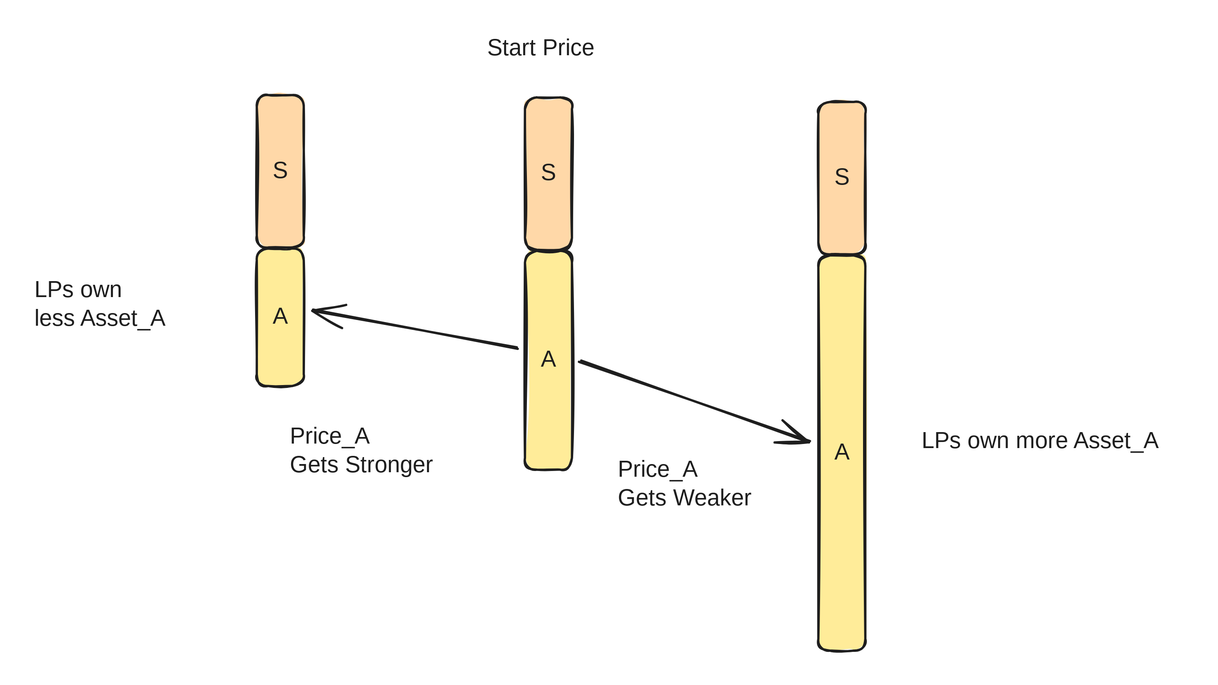
Above: .gitbook/assets/file.excalidraw (16).svg in decaswap-labs/docs (Excalidraw), before the change. Source tidied: one line per element, renumbered; positions are measured from the earlier drawing's top-left corner, leaving out a move shared by most shapes.
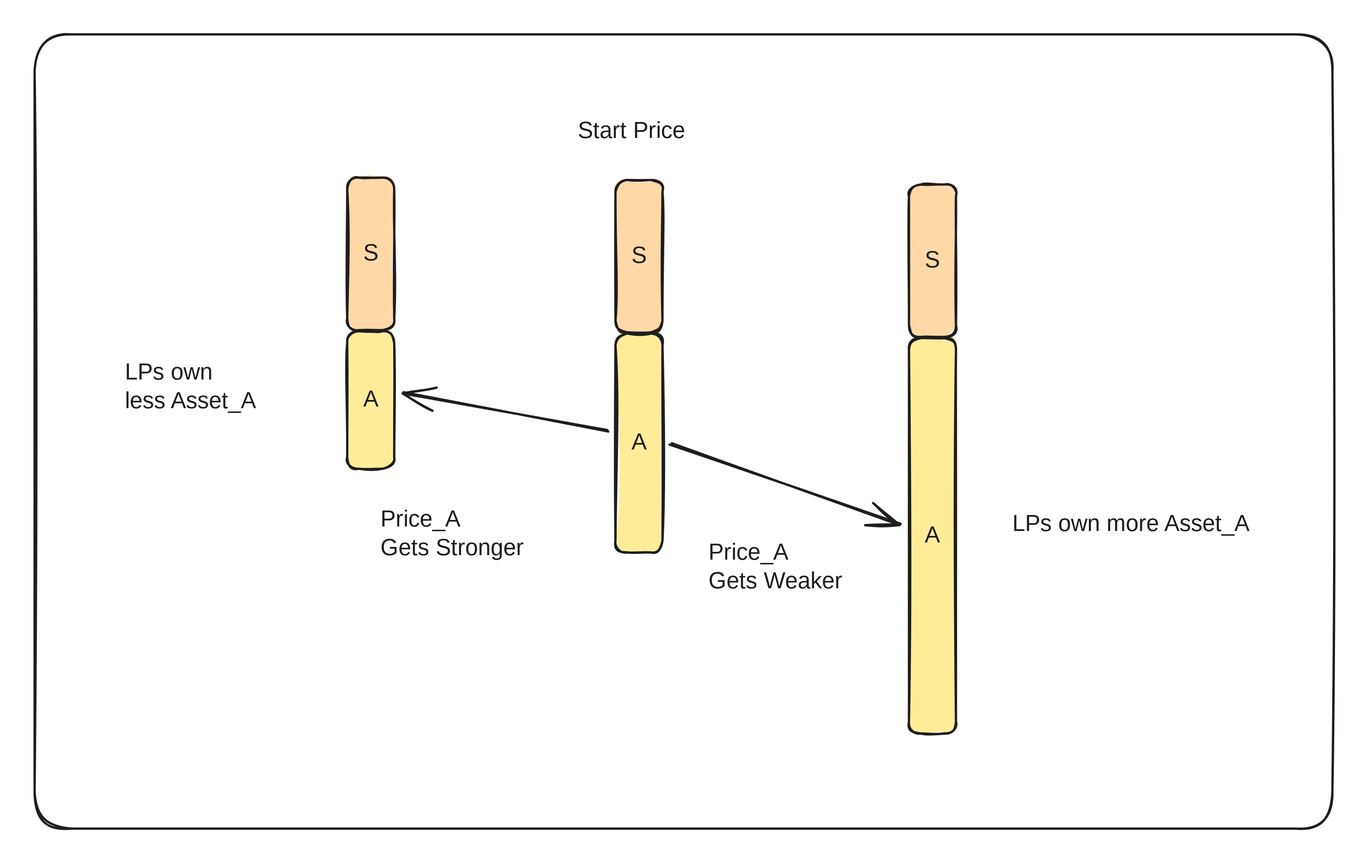
Later version of the same file.

Change to the diagram source:
```diff
@@ -17,3 +17,4 @@
 {"id": 16, "type": "text", "text": "Price_A \nGets Stronger", "strokeColor": "#1e1e1e", "backgroundColor": "#e9ecef", "fillStyle": "solid", "strokeWidth": 2, "roughness": 1, "fontSize": 20, "fontFamily": 1, "x": 223, "y": 339, "width": 141, "height": 50}
 {"id": 17, "type": "text", "text": "LPs own \nless Asset_A", "strokeColor": "#1e1e1e", "backgroundColor": "#e9ecef", "fillStyle": "solid", "strokeWidth": 2, "roughness": 1, "fontSize": 20, "fontFamily": 1, "x": 0, "y": 211, "width": 135, "height": 50}
 {"id": 18, "type": "text", "text": "LPs own more Asset_A", "strokeColor": "#1e1e1e", "backgroundColor": "#e9ecef", "fillStyle": "solid", "strokeWidth": 2, "roughness": 1, "fontSize": 20, "fontFamily": 1, "x": 774, "y": 343, "width": 229, "height": 25}
+{"id": 19, "type": "rectangle", "strokeColor": "#1e1e1e", "strokeWidth": 2, "roughness": 1, "round": true, "x": -79, "y": -72, "width": 1132, "height": 693}
```
